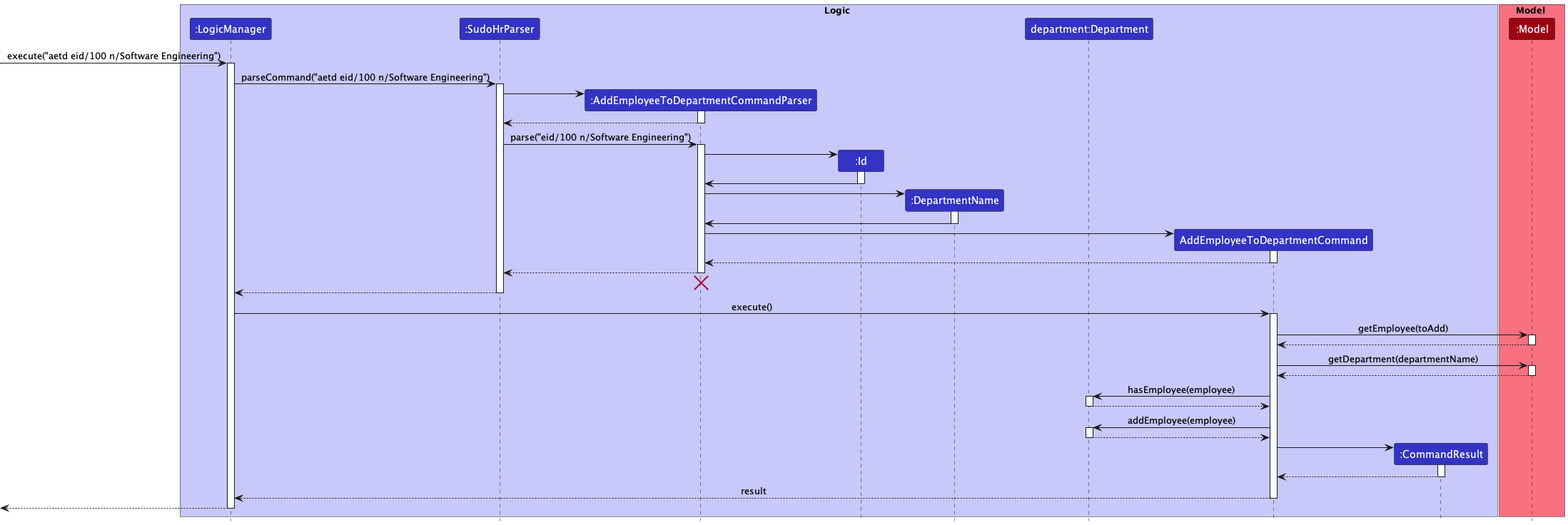
Earlier version of the PlantUML export docs/images/commands/department/AddEmployeeToDepartmentSequenceDiagram.png (nus-cs2103-AY2223S2/tp).
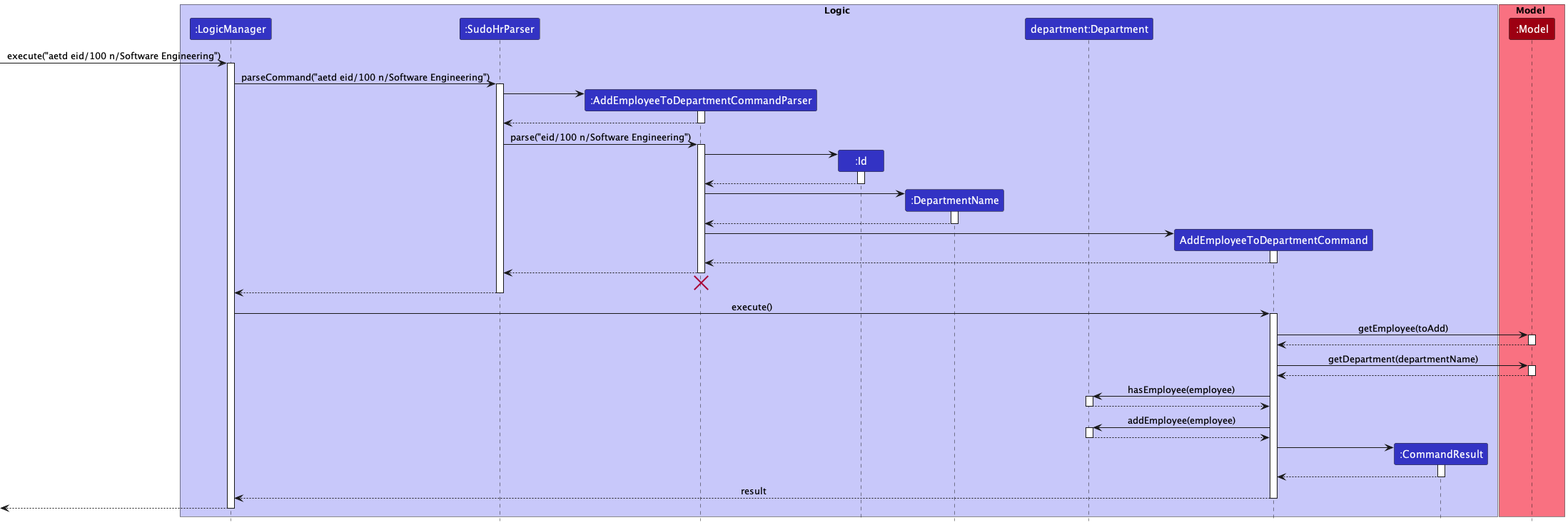
After the change.

Change to the diagram source:
```diff
@@ -36,14 +36,14 @@
 AddEmployeeToDepartmentCommandParser -> Id
 activate Id
 
-Id -> AddEmployeeToDepartmentCommandParser
+Id --> AddEmployeeToDepartmentCommandParser
 deactivate
 
 create DepartmentName
 AddEmployeeToDepartmentCommandParser -> DepartmentName
 activate DepartmentName
 
-DepartmentName -> AddEmployeeToDepartmentCommandParser
+DepartmentName --> AddEmployeeToDepartmentCommandParser
 deactivate
 
 create AddEmployeeToDepartmentCommand
```
